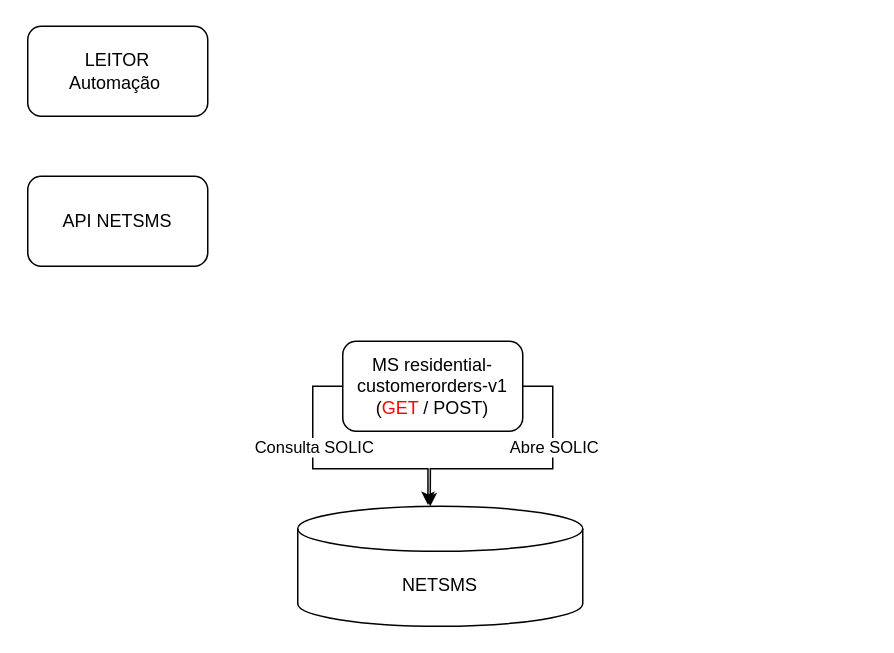
Before: 125950 BKO Auditoria Retenção - microsserviços NetSMS.drawio in samirali/ClaroBrasil, a draw.io diagram. Source tidied: cells renumbered, new cells numbered last; positions are measured from the earlier drawing's top-left corner, leaving out a move shared by most shapes. Both pictures are drawn from the tidied source at 150%, with x=0, y=0 at pixel (27, 26).
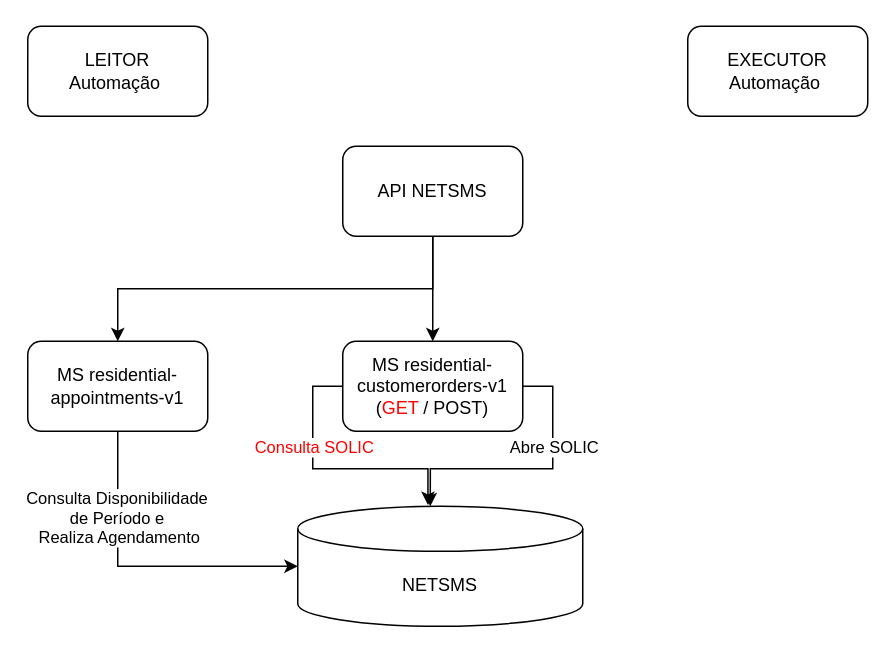
The same diagram, later.

The edit, as a diff of the source:
```diff
@@
 <mxGraphModel>
   <root>
     <mxCell id="0" />
     <mxCell id="1" parent="0" />
     <mxCell id="2" value="LEITOR&lt;div&gt;Automação&amp;nbsp;&lt;/div&gt;" style="rounded=1;whiteSpace=wrap;html=1;" parent="1" vertex="1">
       <mxGeometry width="120" height="60" as="geometry" />
     </mxCell>
+    <mxCell id="10" style="edgeStyle=orthogonalEdgeStyle;rounded=0;jettySize=auto;html=1;exitX=0.5;exitY=1;exitDx=0;exitDy=0;" parent="1" edge="1" source="3" target="12">
+      <mxGeometry relative="1" as="geometry" />
+    </mxCell>
+    <mxCell id="11" style="edgeStyle=orthogonalEdgeStyle;rounded=0;jettySize=auto;html=1;entryX=0.5;entryY=0;entryDx=0;entryDy=0;" parent="1" edge="1" source="3" target="4">
+      <mxGeometry relative="1" as="geometry" />
+    </mxCell>
     <mxCell id="3" value="API NETSMS" style="rounded=1;whiteSpace=wrap;html=1;" parent="1" vertex="1">
-      <mxGeometry y="100" width="120" height="60" as="geometry" />
+      <mxGeometry x="210" y="80" width="120" height="60" as="geometry" />
     </mxCell>
     <mxCell id="4" value="MS&amp;nbsp;&lt;span&gt;residential-customerorders-v1 (&lt;font style=&quot;color: rgb(255, 0, 0);&quot;&gt;GET&lt;/font&gt; / POST)&lt;/span&gt;" style="rounded=1;whiteSpace=wrap;html=1;" parent="1" vertex="1">
       <mxGeometry x="210" y="210" width="120" height="60" as="geometry" />
     </mxCell>
     <mxCell id="5" value="NETSMS" style="shape=cylinder3;whiteSpace=wrap;html=1;boundedLbl=1;backgroundOutline=1;size=15;" parent="1" vertex="1">
       <mxGeometry x="180" y="320" width="190" height="80" as="geometry" />
     </mxCell>
     <mxCell id="6" style="edgeStyle=orthogonalEdgeStyle;rounded=0;jettySize=auto;html=1;entryX=0.457;entryY=-0.01;entryDx=0;entryDy=0;entryPerimeter=0;exitX=0;exitY=0.5;exitDx=0;exitDy=0;" parent="1" edge="1" source="4" target="5">
       <mxGeometry relative="1" as="geometry" />
     </mxCell>
-    <mxCell id="7" value="Consulta SOLIC" style="edgeLabel;html=1;align=center;verticalAlign=middle;" parent="6" vertex="1">
+    <mxCell id="7" value="Consulta SOLIC" style="edgeLabel;html=1;align=center;verticalAlign=middle;fontColor=#FF0000;" parent="6" vertex="1">
       <mxGeometry x="-0.47" relative="1" as="geometry">
         <mxPoint y="13" as="offset" />
       </mxGeometry>
     </mxCell>
     <mxCell id="8" style="edgeStyle=orthogonalEdgeStyle;rounded=0;jettySize=auto;html=1;entryX=0.465;entryY=0;entryDx=0;entryDy=0;entryPerimeter=0;exitX=1;exitY=0.5;exitDx=0;exitDy=0;" parent="1" edge="1" source="4" target="5">
       <mxGeometry relative="1" as="geometry" />
     </mxCell>
     <mxCell id="9" value="Abre SOLIC" style="edgeLabel;html=1;align=center;verticalAlign=middle;" parent="8" vertex="1">
       <mxGeometry x="0.27" y="-1" relative="1" as="geometry">
         <mxPoint x="40" y="-14" as="offset" />
       </mxGeometry>
     </mxCell>
+    <mxCell id="12" value="MS&amp;nbsp;&lt;span&gt;residential-appointments-v1&lt;/span&gt;" style="rounded=1;whiteSpace=wrap;html=1;" parent="1" vertex="1">
+      <mxGeometry y="210" width="120" height="60" as="geometry" />
+    </mxCell>
+    <mxCell id="13" style="edgeStyle=orthogonalEdgeStyle;rounded=0;jettySize=auto;html=1;entryX=0;entryY=0.5;entryDx=0;entryDy=0;entryPerimeter=0;exitX=0.5;exitY=1;exitDx=0;exitDy=0;" parent="1" edge="1" source="12" target="5">
+      <mxGeometry relative="1" as="geometry" />
+    </mxCell>
+    <mxCell id="14" value="Consulta Disponibilidade&amp;nbsp;&lt;div&gt;de Período e&amp;nbsp;&lt;/div&gt;&lt;div&gt;Realiza Agendamento&lt;/div&gt;" style="edgeLabel;html=1;align=center;verticalAlign=middle;" parent="13" vertex="1">
+      <mxGeometry x="-0.46" relative="1" as="geometry" />
+    </mxCell>
+    <mxCell id="15" value="EXECUTOR&lt;div&gt;Automação&amp;nbsp;&lt;/div&gt;" style="rounded=1;whiteSpace=wrap;html=1;" parent="1" vertex="1">
+      <mxGeometry x="440" width="120" height="60" as="geometry" />
+    </mxCell>
   </root>
 </mxGraphModel>
```
